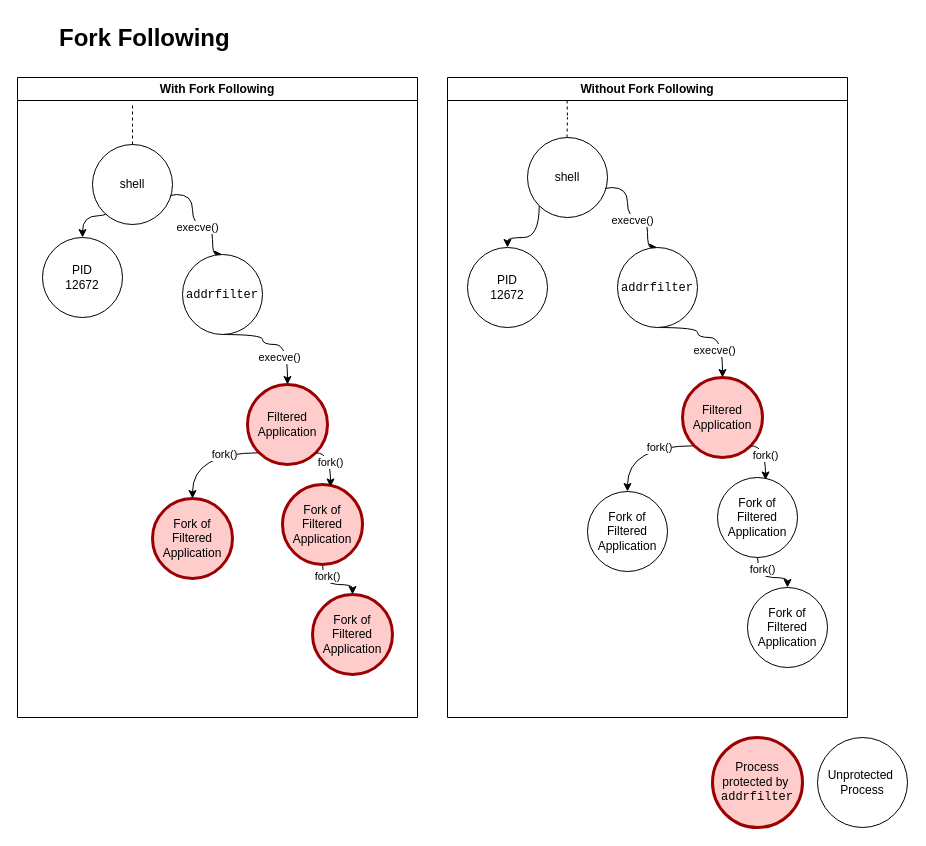
Earlier version of the draw.io diagram diagrams/fork-following.drawio (tcassar-diss/report). Source tidied: cells renumbered, new cells numbered last; positions are measured from the earlier drawing's top-left corner, leaving out a move shared by most shapes. Both pictures are drawn from the tidied source at 100%, with x=0, y=0 at pixel (17, 17).
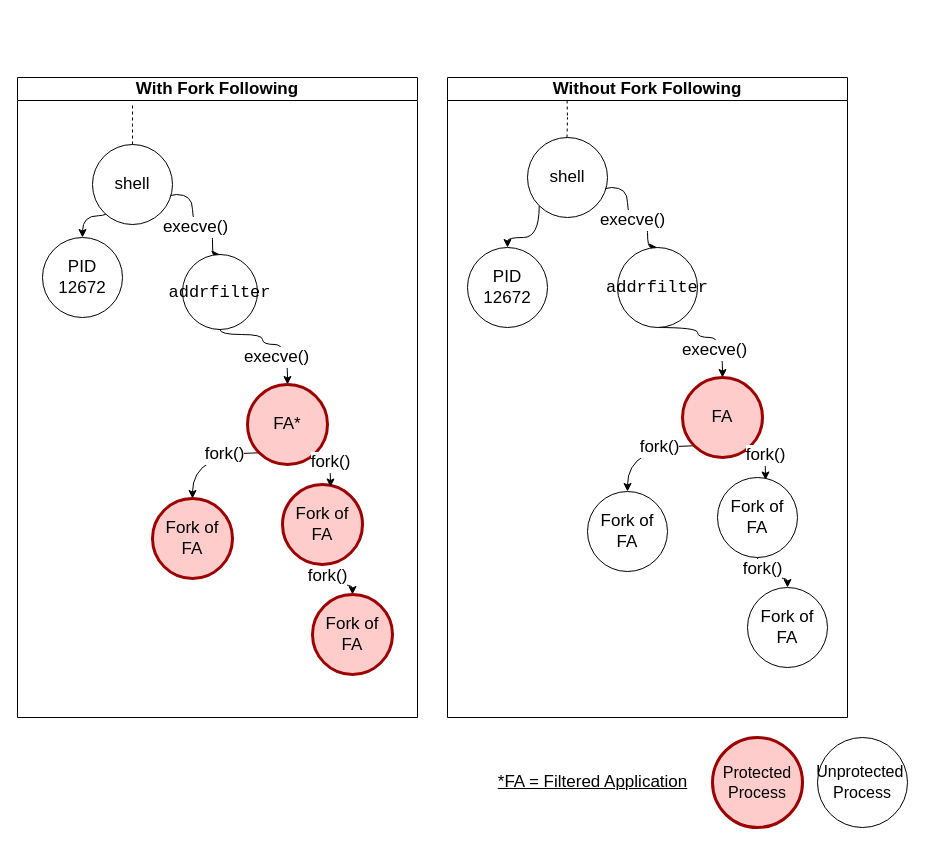
After the change.

Diff of the diagram source:
```diff
@@
-    <mxCell id="2" value="With Fork Following" style="swimlane;whiteSpace=wrap;html=1;" parent="1" vertex="1">
+    <mxCell id="2" value="With Fork Following" style="swimlane;whiteSpace=wrap;html=1;fontSize=17;" parent="1" vertex="1">
       <mxGeometry y="60" width="400" height="640" as="geometry" />
     </mxCell>
-    <mxCell id="3" style="edgeStyle=orthogonalEdgeStyle;rounded=0;jettySize=auto;html=1;exitX=1;exitY=1;exitDx=0;exitDy=0;entryX=0.5;entryY=0;entryDx=0;entryDy=0;curved=1;" parent="1" edge="1" source="6" target="10">
+    <mxCell id="3" style="edgeStyle=orthogonalEdgeStyle;rounded=0;jettySize=auto;html=1;exitX=1;exitY=1;exitDx=0;exitDy=0;entryX=0.5;entryY=0;entryDx=0;entryDy=0;curved=1;fontSize=17;" parent="1" edge="1" source="6" target="10">
       <mxGeometry relative="1" as="geometry">
         <Array as="points">
           <mxPoint x="578" y="170" />
           <mxPoint x="610" y="170" />
           <mxPoint x="610" y="200" />
           <mxPoint x="630" y="200" />
         </Array>
       </mxGeometry>
     </mxCell>
-    <mxCell id="4" value="execve()" style="edgeLabel;html=1;align=center;verticalAlign=middle;" parent="3" vertex="1">
+    <mxCell id="4" value="execve()" style="edgeLabel;html=1;align=center;verticalAlign=middle;fontSize=17;" parent="3" vertex="1">
       <mxGeometry x="0.2" y="-2" relative="1" as="geometry" />
     </mxCell>
-    <mxCell id="5" style="edgeStyle=orthogonalEdgeStyle;rounded=0;jettySize=auto;html=1;exitX=0;exitY=1;exitDx=0;exitDy=0;entryX=0.5;entryY=0;entryDx=0;entryDy=0;curved=1;" parent="1" edge="1" source="6" target="7">
+    <mxCell id="5" style="edgeStyle=orthogonalEdgeStyle;rounded=0;jettySize=auto;html=1;exitX=0;exitY=1;exitDx=0;exitDy=0;entryX=0.5;entryY=0;entryDx=0;entryDy=0;curved=1;fontSize=17;" parent="1" edge="1" source="6" target="7">
       <mxGeometry relative="1" as="geometry" />
     </mxCell>
-    <mxCell id="6" value="shell" style="ellipse;whiteSpace=wrap;html=1;" parent="1" vertex="1">
+    <mxCell id="6" value="shell" style="ellipse;whiteSpace=wrap;html=1;fontSize=17;" parent="1" vertex="1">
       <mxGeometry x="510" y="120" width="80" height="80" as="geometry" />
     </mxCell>
-    <mxCell id="7" value="PID&lt;div&gt;12672&lt;/div&gt;" style="ellipse;whiteSpace=wrap;html=1;" parent="1" vertex="1">
+    <mxCell id="7" value="PID&lt;div&gt;12672&lt;/div&gt;" style="ellipse;whiteSpace=wrap;html=1;fontSize=17;" parent="1" vertex="1">
       <mxGeometry x="450" y="230" width="80" height="80" as="geometry" />
     </mxCell>
-    <mxCell id="8" style="edgeStyle=orthogonalEdgeStyle;rounded=0;jettySize=auto;html=1;exitX=0.5;exitY=1;exitDx=0;exitDy=0;entryX=0.5;entryY=0;entryDx=0;entryDy=0;curved=1;" parent="1" edge="1" source="10" target="13">
+    <mxCell id="8" style="edgeStyle=orthogonalEdgeStyle;rounded=0;jettySize=auto;html=1;exitX=0.5;exitY=1;exitDx=0;exitDy=0;entryX=0.5;entryY=0;entryDx=0;entryDy=0;curved=1;fontSize=17;" parent="1" edge="1" source="10" target="13">
       <mxGeometry relative="1" as="geometry">
         <Array as="points">
           <mxPoint x="680" y="310" />
           <mxPoint x="680" y="320" />
           <mxPoint x="705" y="320" />
         </Array>
       </mxGeometry>
     </mxCell>
-    <mxCell id="9" value="execve()" style="edgeLabel;html=1;align=center;verticalAlign=middle;" parent="8" vertex="1">
+    <mxCell id="9" value="execve()" style="edgeLabel;html=1;align=center;verticalAlign=middle;fontSize=17;" parent="8" vertex="1">
       <mxGeometry x="0.22" y="-6" relative="1" as="geometry">
         <mxPoint x="-4" y="6" as="offset" />
       </mxGeometry>
     </mxCell>
-    <mxCell id="10" value="&lt;font face=&quot;Courier New&quot;&gt;addrfilter&lt;/font&gt;" style="ellipse;whiteSpace=wrap;html=1;" parent="1" vertex="1">
+    <mxCell id="10" value="&lt;font face=&quot;Courier New&quot;&gt;addrfilter&lt;/font&gt;" style="ellipse;whiteSpace=wrap;html=1;fontSize=17;" parent="1" vertex="1">
       <mxGeometry x="600" y="230" width="80" height="80" as="geometry" />
     </mxCell>
-    <mxCell id="11" style="edgeStyle=orthogonalEdgeStyle;rounded=0;jettySize=auto;html=1;exitX=0;exitY=1;exitDx=0;exitDy=0;entryX=0.5;entryY=0;entryDx=0;entryDy=0;curved=1;" parent="1" edge="1" source="13" target="18">
+    <mxCell id="11" style="edgeStyle=orthogonalEdgeStyle;rounded=0;jettySize=auto;html=1;exitX=0;exitY=1;exitDx=0;exitDy=0;entryX=0.5;entryY=0;entryDx=0;entryDy=0;curved=1;fontSize=17;" parent="1" edge="1" source="13" target="18">
       <mxGeometry relative="1" as="geometry" />
     </mxCell>
-    <mxCell id="12" value="fork()" style="edgeLabel;html=1;align=center;verticalAlign=middle;" parent="11" vertex="1">
+    <mxCell id="12" value="fork()" style="edgeLabel;html=1;align=center;verticalAlign=middle;fontSize=17;" parent="11" vertex="1">
       <mxGeometry x="-0.38" y="1" relative="1" as="geometry" />
     </mxCell>
-    <mxCell id="13" value="Filtered&lt;div&gt;Application&lt;/div&gt;" style="ellipse;whiteSpace=wrap;html=1;strokeWidth=3;strokeColor=light-dark(#9c0000, #ededed);fillColor=#FFCCCC;" parent="1" vertex="1">
+    <mxCell id="13" value="FA" style="ellipse;whiteSpace=wrap;html=1;strokeWidth=3;strokeColor=light-dark(#9c0000, #ededed);fillColor=#FFCCCC;fontSize=17;" parent="1" vertex="1">
       <mxGeometry x="665" y="360" width="80" height="80" as="geometry" />
     </mxCell>
-    <mxCell id="14" style="edgeStyle=orthogonalEdgeStyle;rounded=0;jettySize=auto;html=1;exitX=0.5;exitY=1;exitDx=0;exitDy=0;curved=1;" parent="1" edge="1" source="16" target="19">
+    <mxCell id="14" style="edgeStyle=orthogonalEdgeStyle;rounded=0;jettySize=auto;html=1;exitX=0.5;exitY=1;exitDx=0;exitDy=0;curved=1;fontSize=17;" parent="1" edge="1" source="16" target="19">
       <mxGeometry relative="1" as="geometry" />
     </mxCell>
-    <mxCell id="15" value="fork()" style="edgeLabel;html=1;align=center;verticalAlign=middle;" parent="14" vertex="1">
+    <mxCell id="15" value="fork()" style="edgeLabel;html=1;align=center;verticalAlign=middle;fontSize=17;" parent="14" vertex="1">
       <mxGeometry x="-0.65" y="4" relative="1" as="geometry" />
     </mxCell>
-    <mxCell id="16" value="Fork of&lt;div&gt;Filtered&lt;div&gt;Application&lt;/div&gt;&lt;/div&gt;" style="ellipse;whiteSpace=wrap;html=1;strokeWidth=1;strokeColor=light-dark(#000000,#EDEDED);" parent="1" vertex="1">
+    <mxCell id="16" value="Fork of FA" style="ellipse;whiteSpace=wrap;html=1;strokeWidth=1;strokeColor=light-dark(#000000,#EDEDED);fontSize=17;" parent="1" vertex="1">
       <mxGeometry x="700" y="460" width="80" height="80" as="geometry" />
     </mxCell>
-    <mxCell id="17" value="fork()" style="edgeStyle=orthogonalEdgeStyle;rounded=0;jettySize=auto;html=1;exitX=1;exitY=1;exitDx=0;exitDy=0;entryX=0.6;entryY=0.031;entryDx=0;entryDy=0;entryPerimeter=0;curved=1;" parent="1" edge="1" source="13" target="16">
+    <mxCell id="17" value="fork()" style="edgeStyle=orthogonalEdgeStyle;rounded=0;jettySize=auto;html=1;exitX=1;exitY=1;exitDx=0;exitDy=0;entryX=0.6;entryY=0.031;entryDx=0;entryDy=0;entryPerimeter=0;curved=1;fontSize=17;" parent="1" edge="1" source="13" target="16">
       <mxGeometry relative="1" as="geometry" />
     </mxCell>
-    <mxCell id="18" value="Fork of&lt;div&gt;Filtered&lt;div&gt;Application&lt;/div&gt;&lt;/div&gt;" style="ellipse;whiteSpace=wrap;html=1;strokeWidth=1;strokeColor=light-dark(#000000,#EDEDED);" parent="1" vertex="1">
+    <mxCell id="18" value="Fork of FA" style="ellipse;whiteSpace=wrap;html=1;strokeWidth=1;strokeColor=light-dark(#000000,#EDEDED);fontSize=17;" parent="1" vertex="1">
       <mxGeometry x="570" y="474" width="80" height="80" as="geometry" />
     </mxCell>
-    <mxCell id="19" value="Fork of&lt;div&gt;Filtered&lt;div&gt;Application&lt;/div&gt;&lt;/div&gt;" style="ellipse;whiteSpace=wrap;html=1;strokeWidth=1;strokeColor=light-dark(#000000,#EDEDED);" parent="1" vertex="1">
+    <mxCell id="19" value="Fork of FA" style="ellipse;whiteSpace=wrap;html=1;strokeWidth=1;strokeColor=light-dark(#000000,#EDEDED);fontSize=17;" parent="1" vertex="1">
       <mxGeometry x="730" y="570" width="80" height="80" as="geometry" />
     </mxCell>
-    <mxCell id="20" style="edgeStyle=orthogonalEdgeStyle;rounded=0;orthogonalLoop=1;jettySize=auto;html=1;exitX=0.5;exitY=0;exitDx=0;exitDy=0;endArrow=none;startFill=0;dashed=1;" parent="1" edge="1">
+    <mxCell id="20" style="edgeStyle=orthogonalEdgeStyle;rounded=0;orthogonalLoop=1;jettySize=auto;html=1;exitX=0.5;exitY=0;exitDx=0;exitDy=0;endArrow=none;startFill=0;dashed=1;fontSize=17;" parent="1" edge="1">
       <mxGeometry relative="1" as="geometry">
         <mxPoint x="549.5" y="120" as="sourcePoint" />
         <mxPoint x="549.5" y="80" as="targetPoint" />
       </mxGeometry>
     </mxCell>
-    <mxCell id="21" value="&lt;h1 style=&quot;margin-top: 0px;&quot;&gt;Fork Following&lt;/h1&gt;" style="text;html=1;whiteSpace=wrap;overflow=hidden;rounded=0;" parent="1" vertex="1">
-      <mxGeometry x="40" width="180" height="120" as="geometry" />
-    </mxCell>
-    <mxCell id="22" value="PID&lt;div&gt;12672&lt;/div&gt;" style="ellipse;whiteSpace=wrap;html=1;" parent="1" vertex="1">
+    <mxCell id="22" value="PID&lt;div&gt;12672&lt;/div&gt;" style="ellipse;whiteSpace=wrap;html=1;fontSize=17;" parent="1" vertex="1">
       <mxGeometry x="25" y="220" width="80" height="80" as="geometry" />
     </mxCell>
-    <mxCell id="23" style="edgeStyle=orthogonalEdgeStyle;rounded=0;jettySize=auto;html=1;exitX=1;exitY=1;exitDx=0;exitDy=0;entryX=0.5;entryY=0;entryDx=0;entryDy=0;curved=1;" parent="1" edge="1" source="27" target="30">
+    <mxCell id="23" style="edgeStyle=orthogonalEdgeStyle;rounded=0;jettySize=auto;html=1;exitX=1;exitY=1;exitDx=0;exitDy=0;entryX=0.5;entryY=0;entryDx=0;entryDy=0;curved=1;fontSize=17;" parent="1" edge="1" source="27" target="30">
       <mxGeometry relative="1" as="geometry">
         <Array as="points">
           <mxPoint x="143" y="177" />
           <mxPoint x="175" y="177" />
           <mxPoint x="175" y="207" />
           <mxPoint x="195" y="207" />
         </Array>
       </mxGeometry>
     </mxCell>
-    <mxCell id="24" value="execve()" style="edgeLabel;html=1;align=center;verticalAlign=middle;" parent="23" vertex="1">
+    <mxCell id="24" value="execve()" style="edgeLabel;html=1;align=center;verticalAlign=middle;fontSize=17;" parent="23" vertex="1">
       <mxGeometry x="0.2" y="-2" relative="1" as="geometry" />
     </mxCell>
-    <mxCell id="25" style="edgeStyle=orthogonalEdgeStyle;rounded=0;jettySize=auto;html=1;exitX=0;exitY=1;exitDx=0;exitDy=0;curved=1;entryX=0.5;entryY=0;entryDx=0;entryDy=0;" parent="1" edge="1" target="22">
+    <mxCell id="25" style="edgeStyle=orthogonalEdgeStyle;rounded=0;jettySize=auto;html=1;exitX=0;exitY=1;exitDx=0;exitDy=0;curved=1;entryX=0.5;entryY=0;entryDx=0;entryDy=0;fontSize=17;" parent="1" edge="1" target="22">
       <mxGeometry relative="1" as="geometry">
         <mxPoint x="96.7" y="175.3" as="sourcePoint" />
       </mxGeometry>
     </mxCell>
-    <mxCell id="26" style="edgeStyle=orthogonalEdgeStyle;rounded=0;jettySize=auto;html=1;exitX=0.5;exitY=0;exitDx=0;exitDy=0;endArrow=none;startFill=0;dashed=1;" parent="1" edge="1" source="27">
+    <mxCell id="26" style="edgeStyle=orthogonalEdgeStyle;rounded=0;jettySize=auto;html=1;exitX=0.5;exitY=0;exitDx=0;exitDy=0;endArrow=none;startFill=0;dashed=1;fontSize=17;" parent="1" edge="1" source="27">
       <mxGeometry relative="1" as="geometry">
         <mxPoint x="115" y="87" as="targetPoint" />
       </mxGeometry>
     </mxCell>
-    <mxCell id="27" value="shell" style="ellipse;whiteSpace=wrap;html=1;" parent="1" vertex="1">
+    <mxCell id="27" value="shell" style="ellipse;whiteSpace=wrap;html=1;fontSize=17;" parent="1" vertex="1">
       <mxGeometry x="75" y="127" width="80" height="80" as="geometry" />
     </mxCell>
-    <mxCell id="28" style="edgeStyle=orthogonalEdgeStyle;rounded=0;jettySize=auto;html=1;exitX=0.5;exitY=1;exitDx=0;exitDy=0;entryX=0.5;entryY=0;entryDx=0;entryDy=0;curved=1;" parent="1" edge="1" source="30" target="33">
+    <mxCell id="28" style="edgeStyle=orthogonalEdgeStyle;rounded=0;jettySize=auto;html=1;exitX=0.5;exitY=1;exitDx=0;exitDy=0;entryX=0.5;entryY=0;entryDx=0;entryDy=0;curved=1;fontSize=17;" parent="1" edge="1" source="30" target="33">
       <mxGeometry relative="1" as="geometry">
         <Array as="points">
           <mxPoint x="245" y="317" />
           <mxPoint x="245" y="327" />
           <mxPoint x="270" y="327" />
         </Array>
       </mxGeometry>
     </mxCell>
-    <mxCell id="29" value="execve()" style="edgeLabel;html=1;align=center;verticalAlign=middle;" parent="28" vertex="1">
+    <mxCell id="29" value="execve()" style="edgeLabel;html=1;align=center;verticalAlign=middle;fontSize=17;" parent="28" vertex="1">
       <mxGeometry x="0.22" y="-6" relative="1" as="geometry">
         <mxPoint x="-4" y="6" as="offset" />
       </mxGeometry>
     </mxCell>
-    <mxCell id="30" value="&lt;font face=&quot;Courier New&quot;&gt;addrfilter&lt;/font&gt;" style="ellipse;whiteSpace=wrap;html=1;" parent="1" vertex="1">
-      <mxGeometry x="165" y="237" width="80" height="80" as="geometry" />
+    <mxCell id="30" value="&lt;font face=&quot;Courier New&quot;&gt;addrfilter&lt;/font&gt;" style="ellipse;whiteSpace=wrap;html=1;fontSize=17;" parent="1" vertex="1">
+      <mxGeometry x="165" y="237" width="75" height="75" as="geometry" />
     </mxCell>
-    <mxCell id="31" style="edgeStyle=orthogonalEdgeStyle;rounded=0;jettySize=auto;html=1;exitX=0;exitY=1;exitDx=0;exitDy=0;entryX=0.5;entryY=0;entryDx=0;entryDy=0;curved=1;" parent="1" edge="1" source="33" target="38">
+    <mxCell id="31" style="edgeStyle=orthogonalEdgeStyle;rounded=0;jettySize=auto;html=1;exitX=0;exitY=1;exitDx=0;exitDy=0;entryX=0.5;entryY=0;entryDx=0;entryDy=0;curved=1;fontSize=17;" parent="1" edge="1" source="33" target="38">
       <mxGeometry relative="1" as="geometry" />
     </mxCell>
-    <mxCell id="32" value="fork()" style="edgeLabel;html=1;align=center;verticalAlign=middle;" parent="31" vertex="1">
+    <mxCell id="32" value="fork()" style="edgeLabel;html=1;align=center;verticalAlign=middle;fontSize=17;" parent="31" vertex="1">
       <mxGeometry x="-0.38" y="1" relative="1" as="geometry" />
     </mxCell>
-    <mxCell id="33" value="Filtered&lt;div&gt;Application&lt;/div&gt;" style="ellipse;whiteSpace=wrap;html=1;strokeWidth=3;strokeColor=light-dark(#9c0000, #ededed);fillColor=#FFCCCC;" parent="1" vertex="1">
+    <mxCell id="33" value="FA*" style="ellipse;whiteSpace=wrap;html=1;strokeWidth=3;strokeColor=light-dark(#9c0000, #ededed);fillColor=#FFCCCC;fontSize=17;" parent="1" vertex="1">
       <mxGeometry x="230" y="367" width="80" height="80" as="geometry" />
     </mxCell>
-    <mxCell id="34" style="edgeStyle=orthogonalEdgeStyle;rounded=0;jettySize=auto;html=1;exitX=0.5;exitY=1;exitDx=0;exitDy=0;curved=1;" parent="1" edge="1" source="36" target="39">
+    <mxCell id="34" style="edgeStyle=orthogonalEdgeStyle;rounded=0;jettySize=auto;html=1;exitX=0.5;exitY=1;exitDx=0;exitDy=0;curved=1;fontSize=17;" parent="1" edge="1" source="36" target="39">
       <mxGeometry relative="1" as="geometry" />
     </mxCell>
-    <mxCell id="35" value="fork()" style="edgeLabel;html=1;align=center;verticalAlign=middle;" parent="34" vertex="1">
+    <mxCell id="35" value="fork()" style="edgeLabel;html=1;align=center;verticalAlign=middle;fontSize=17;" parent="34" vertex="1">
       <mxGeometry x="-0.65" y="4" relative="1" as="geometry" />
     </mxCell>
-    <mxCell id="36" value="Fork of&lt;div&gt;Filtered&lt;div&gt;Application&lt;/div&gt;&lt;/div&gt;" style="ellipse;whiteSpace=wrap;html=1;strokeWidth=3;strokeColor=light-dark(#9c0000, #ededed);fillColor=#FFCCCC;" parent="1" vertex="1">
+    <mxCell id="36" value="Fork of&lt;div&gt;FA&lt;/div&gt;" style="ellipse;whiteSpace=wrap;html=1;strokeWidth=3;strokeColor=light-dark(#9c0000, #ededed);fillColor=#FFCCCC;fontSize=17;" parent="1" vertex="1">
       <mxGeometry x="265" y="467" width="80" height="80" as="geometry" />
     </mxCell>
-    <mxCell id="37" value="fork()" style="edgeStyle=orthogonalEdgeStyle;rounded=0;jettySize=auto;html=1;exitX=1;exitY=1;exitDx=0;exitDy=0;entryX=0.6;entryY=0.031;entryDx=0;entryDy=0;entryPerimeter=0;curved=1;" parent="1" edge="1" source="33" target="36">
+    <mxCell id="37" value="fork()" style="edgeStyle=orthogonalEdgeStyle;rounded=0;jettySize=auto;html=1;exitX=1;exitY=1;exitDx=0;exitDy=0;entryX=0.6;entryY=0.031;entryDx=0;entryDy=0;entryPerimeter=0;curved=1;fontSize=17;" parent="1" edge="1" source="33" target="36">
       <mxGeometry relative="1" as="geometry" />
     </mxCell>
-    <mxCell id="38" value="Fork of&lt;div&gt;Filtered&lt;div&gt;Application&lt;/div&gt;&lt;/div&gt;" style="ellipse;whiteSpace=wrap;html=1;strokeWidth=3;strokeColor=light-dark(#9c0000, #ededed);fillColor=#FFCCCC;" parent="1" vertex="1">
+    <mxCell id="38" value="Fork of&lt;div&gt;FA&lt;/div&gt;" style="ellipse;whiteSpace=wrap;html=1;strokeWidth=3;strokeColor=light-dark(#9c0000, #ededed);fillColor=#FFCCCC;fontSize=17;" parent="1" vertex="1">
       <mxGeometry x="135" y="481" width="80" height="80" as="geometry" />
     </mxCell>
-    <mxCell id="39" value="Fork of&lt;div&gt;Filtered&lt;div&gt;Application&lt;/div&gt;&lt;/div&gt;" style="ellipse;whiteSpace=wrap;html=1;strokeWidth=3;strokeColor=light-dark(#9c0000, #ededed);fillColor=#FFCCCC;" parent="1" vertex="1">
+    <mxCell id="39" value="Fork of FA" style="ellipse;whiteSpace=wrap;html=1;strokeWidth=3;strokeColor=light-dark(#9c0000, #ededed);fillColor=#FFCCCC;fontSize=17;" parent="1" vertex="1">
       <mxGeometry x="295" y="577" width="80" height="80" as="geometry" />
     </mxCell>
-    <mxCell id="40" value="Without Fork Following" style="swimlane;whiteSpace=wrap;html=1;" parent="1" vertex="1">
+    <mxCell id="40" value="Without Fork Following" style="swimlane;whiteSpace=wrap;html=1;fontSize=17;" parent="1" vertex="1">
       <mxGeometry x="430" y="60" width="400" height="640" as="geometry" />
     </mxCell>
-    <mxCell id="41" value="Unprotected&amp;nbsp;&lt;div&gt;Process&lt;/div&gt;" style="ellipse;whiteSpace=wrap;html=1;" parent="1" vertex="1">
+    <mxCell id="41" value="&lt;font style=&quot;font-size: 16px;&quot;&gt;Unprotected&amp;nbsp;&lt;/font&gt;&lt;div&gt;&lt;font style=&quot;font-size: 16px;&quot;&gt;Process&lt;/font&gt;&lt;/div&gt;" style="ellipse;whiteSpace=wrap;html=1;fontSize=17;" parent="1" vertex="1">
       <mxGeometry x="800" y="720" width="90" height="90" as="geometry" />
     </mxCell>
-    <mxCell id="42" value="Process protected by&amp;nbsp;&lt;div&gt;&lt;font face=&quot;Courier New&quot;&gt;addrfilter&lt;/font&gt;&lt;/div&gt;" style="ellipse;whiteSpace=wrap;html=1;strokeWidth=3;strokeColor=light-dark(#9c0000, #ededed);fillColor=#FFCCCC;" parent="1" vertex="1">
+    <mxCell id="42" value="Protected&lt;div&gt;Process&lt;/div&gt;" style="ellipse;whiteSpace=wrap;html=1;strokeWidth=3;strokeColor=light-dark(#9c0000, #ededed);fillColor=#FFCCCC;fontSize=16;" parent="1" vertex="1">
       <mxGeometry x="695" y="720" width="90" height="90" as="geometry" />
     </mxCell>
+    <mxCell id="43" value="&lt;font style=&quot;font-size: 17px;&quot;&gt;*FA = Filtered Application&lt;/font&gt;" style="text;html=1;align=center;verticalAlign=middle;strokeColor=none;fillColor=none;fontFamily=Helvetica;fontStyle=4;" parent="1" vertex="1">
+      <mxGeometry x="470" y="750" width="210" height="30" as="geometry" />
+    </mxCell>
```
